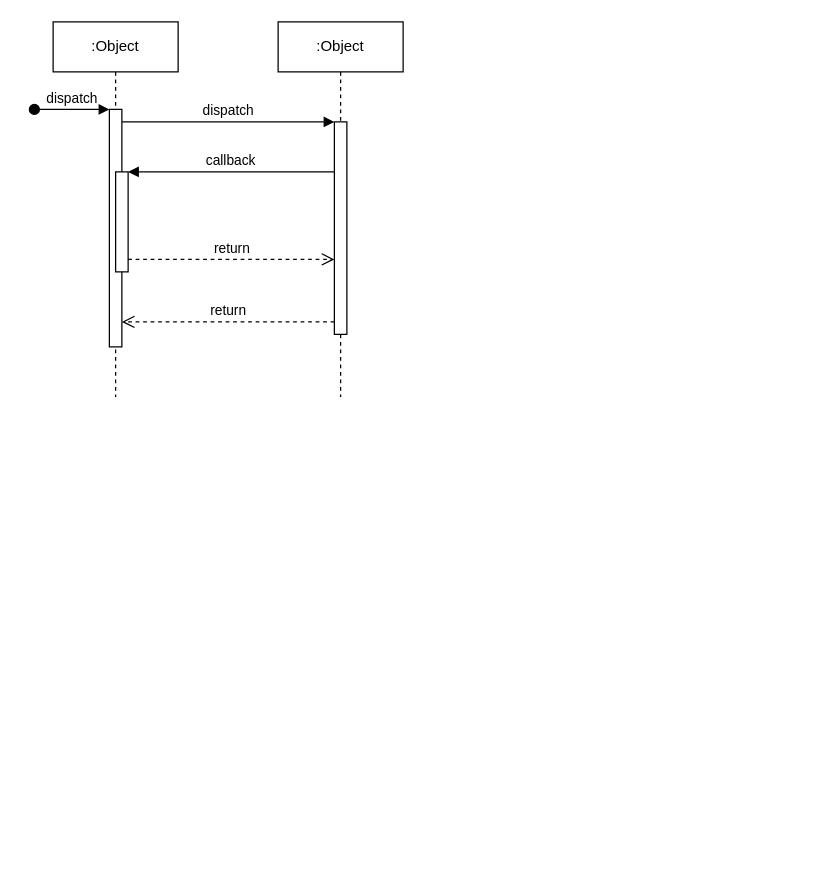
Earlier version of the draw.io diagram blog_async_task.drawio (crazyStrome/myPhote). Source tidied: cells renumbered, new cells numbered last; positions are measured from the earlier drawing's top-left corner, leaving out a move shared by most shapes. Both pictures are drawn from the tidied source at 125%, with x=0, y=0 at pixel (34, 21).
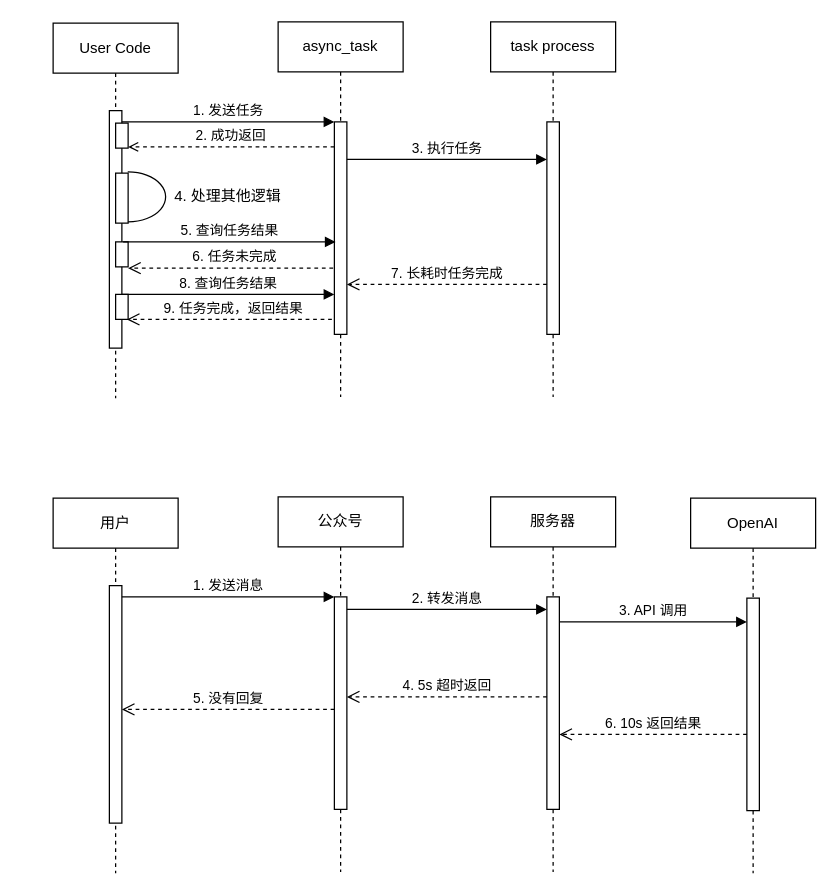
After the change.

The change refers to these unchanged cells:
```xml
<mxCell id="3" style="html=1;points=[];perimeter=orthogonalPerimeter;outlineConnect=0;targetShapes=umlLifeline;portConstraint=eastwest;newEdgeStyle={&quot;edgeStyle&quot;:&quot;elbowEdgeStyle&quot;,&quot;elbow&quot;:&quot;vertical&quot;,&quot;curved&quot;:0,&quot;rounded&quot;:0};" parent="2" vertex="1">
  <mxGeometry x="45" y="70" width="10" height="190" as="geometry" />
</mxCell>
<mxCell id="7" style="html=1;points=[];perimeter=orthogonalPerimeter;outlineConnect=0;targetShapes=umlLifeline;portConstraint=eastwest;newEdgeStyle={&quot;edgeStyle&quot;:&quot;elbowEdgeStyle&quot;,&quot;elbow&quot;:&quot;vertical&quot;,&quot;curved&quot;:0,&quot;rounded&quot;:0};" parent="6" vertex="1">
  <mxGeometry x="45" y="80" width="10" height="170" as="geometry" />
</mxCell>
```

What changed in the source:
```diff
@@
+    <mxCell id="12" value="9. 任务完成，返回结果" style="html=1;verticalAlign=bottom;endArrow=open;dashed=1;endSize=8;edgeStyle=elbowEdgeStyle;elbow=vertical;curved=0;rounded=0;" parent="1" edge="1">
+      <mxGeometry relative="1" as="geometry">
+        <mxPoint x="244" y="238" as="sourcePoint" />
+        <mxPoint x="74" y="238" as="targetPoint" />
+        <Array as="points">
+          <mxPoint x="169" y="238" />
+        </Array>
+      </mxGeometry>
+    </mxCell>
+    <mxCell id="13" value="6. 任务未完成" style="html=1;verticalAlign=bottom;endArrow=open;dashed=1;endSize=8;edgeStyle=elbowEdgeStyle;elbow=vertical;curved=0;rounded=0;" parent="1" edge="1">
+      <mxGeometry relative="1" as="geometry">
+        <mxPoint x="245" y="197" as="sourcePoint" />
+        <mxPoint x="75" y="197" as="targetPoint" />
+        <Array as="points">
+          <mxPoint x="170" y="197" />
+        </Array>
+      </mxGeometry>
+    </mxCell>
-    <mxCell id="2" value=":Object" style="shape=umlLifeline;perimeter=lifelinePerimeter;whiteSpace=wrap;html=1;newEdgeStyle={&quot;edgeStyle&quot;:&quot;elbowEdgeStyle&quot;,&quot;elbow&quot;:&quot;vertical&quot;,&quot;curved&quot;:0,&quot;rounded&quot;:0};" parent="1" vertex="1">
-      <mxGeometry x="15" width="100" height="300" as="geometry" />
+    <mxCell id="2" value="User Code" style="shape=umlLifeline;perimeter=lifelinePerimeter;whiteSpace=wrap;html=1;newEdgeStyle={&quot;edgeStyle&quot;:&quot;elbowEdgeStyle&quot;,&quot;elbow&quot;:&quot;vertical&quot;,&quot;curved&quot;:0,&quot;rounded&quot;:0};" parent="1" vertex="1">
+      <mxGeometry x="15" y="1" width="100" height="300" as="geometry" />
     </mxCell>
@@
-    <mxCell id="4" value="dispatch" style="html=1;verticalAlign=bottom;startArrow=oval;endArrow=block;startSize=8;edgeStyle=elbowEdgeStyle;elbow=vertical;curved=0;rounded=0;" parent="2" edge="1" target="3">
-      <mxGeometry relative="1" as="geometry">
-        <mxPoint x="-15" y="70" as="sourcePoint" />
-      </mxGeometry>
-    </mxCell>
     <mxCell id="5" style="html=1;points=[];perimeter=orthogonalPerimeter;outlineConnect=0;targetShapes=umlLifeline;portConstraint=eastwest;newEdgeStyle={&quot;edgeStyle&quot;:&quot;elbowEdgeStyle&quot;,&quot;elbow&quot;:&quot;vertical&quot;,&quot;curved&quot;:0,&quot;rounded&quot;:0};" parent="2" vertex="1">
-      <mxGeometry x="50" y="120" width="10" height="80" as="geometry" />
+      <mxGeometry x="50" y="80" width="10" height="20" as="geometry" />
     </mxCell>
+    <mxCell id="14" style="html=1;perimeter=orthogonalPerimeter;targetShapes=umlLifeline;newEdgeStyle={&quot;edgeStyle&quot;:&quot;elbowEdgeStyle&quot;,&quot;elbow&quot;:&quot;vertical&quot;,&quot;curved&quot;:0,&quot;rounded&quot;:0};" parent="2" vertex="1">
+      <mxGeometry x="50" y="120" width="10" height="40" as="geometry" />
+    </mxCell>
+    <mxCell id="15" style="html=1;perimeter=orthogonalPerimeter;targetShapes=umlLifeline;newEdgeStyle={&quot;edgeStyle&quot;:&quot;elbowEdgeStyle&quot;,&quot;elbow&quot;:&quot;vertical&quot;,&quot;curved&quot;:0,&quot;rounded&quot;:0};" parent="2" vertex="1">
+      <mxGeometry x="50" y="175" width="10" height="20" as="geometry" />
+    </mxCell>
+    <mxCell id="16" style="html=1;perimeter=orthogonalPerimeter;targetShapes=umlLifeline;newEdgeStyle={&quot;edgeStyle&quot;:&quot;elbowEdgeStyle&quot;,&quot;elbow&quot;:&quot;vertical&quot;,&quot;curved&quot;:0,&quot;rounded&quot;:0};" parent="2" vertex="1">
+      <mxGeometry x="50" y="217" width="10" height="20" as="geometry" />
+    </mxCell>
-    <mxCell id="6" value=":Object" style="shape=umlLifeline;perimeter=lifelinePerimeter;whiteSpace=wrap;html=1;newEdgeStyle={&quot;edgeStyle&quot;:&quot;elbowEdgeStyle&quot;,&quot;elbow&quot;:&quot;vertical&quot;,&quot;curved&quot;:0,&quot;rounded&quot;:0};" parent="1" vertex="1">
+    <mxCell id="6" value="async_task" style="shape=umlLifeline;perimeter=lifelinePerimeter;whiteSpace=wrap;html=1;newEdgeStyle={&quot;edgeStyle&quot;:&quot;elbowEdgeStyle&quot;,&quot;elbow&quot;:&quot;vertical&quot;,&quot;curved&quot;:0,&quot;rounded&quot;:0};" parent="1" vertex="1">
       <mxGeometry x="195" width="100" height="300" as="geometry" />
     </mxCell>
@@
-    <mxCell id="8" value="dispatch" style="html=1;verticalAlign=bottom;endArrow=block;edgeStyle=elbowEdgeStyle;elbow=vertical;curved=0;rounded=0;" parent="1" edge="1" source="3" target="7">
+    <mxCell id="8" value="1. 发送任务" style="html=1;verticalAlign=bottom;endArrow=block;edgeStyle=elbowEdgeStyle;elbow=vertical;curved=0;rounded=0;" parent="1" edge="1" source="3" target="7">
       <mxGeometry relative="1" as="geometry">
         <Array as="points">
           <mxPoint x="155" y="80" />
         </Array>
       </mxGeometry>
     </mxCell>
-    <mxCell id="9" value="return" style="html=1;verticalAlign=bottom;endArrow=open;dashed=1;endSize=8;edgeStyle=elbowEdgeStyle;elbow=vertical;curved=0;rounded=0;" parent="1" edge="1" source="7" target="3">
-      <mxGeometry relative="1" as="geometry">
-        <Array as="points">
-          <mxPoint x="165" y="240" />
-        </Array>
-      </mxGeometry>
-    </mxCell>
-    <mxCell id="10" value="callback" style="html=1;verticalAlign=bottom;endArrow=block;edgeStyle=elbowEdgeStyle;elbow=vertical;curved=0;rounded=0;" parent="1" edge="1" source="7" target="5">
+    <mxCell id="10" value="2. 成功返回" style="html=1;verticalAlign=bottom;endArrow=open;edgeStyle=elbowEdgeStyle;elbow=vertical;curved=0;rounded=0;dashed=1;endFill=0;" parent="1" edge="1" target="5">
       <mxGeometry relative="1" as="geometry">
+        <mxPoint x="240" y="100" as="sourcePoint" />
         <Array as="points">
-          <mxPoint x="165" y="120" />
+          <mxPoint x="165" y="100" />
         </Array>
       </mxGeometry>
     </mxCell>
-    <mxCell id="11" value="return" style="html=1;verticalAlign=bottom;endArrow=open;dashed=1;endSize=8;edgeStyle=elbowEdgeStyle;elbow=vertical;curved=0;rounded=0;" parent="1" edge="1" source="5" target="7">
-      <mxGeometry relative="1" as="geometry">
-        <Array as="points">
-          <mxPoint x="155" y="190" />
-        </Array>
-      </mxGeometry>
-    </mxCell>
+    <mxCell id="17" value="task process" style="shape=umlLifeline;perimeter=lifelinePerimeter;whiteSpace=wrap;html=1;newEdgeStyle={&quot;edgeStyle&quot;:&quot;elbowEdgeStyle&quot;,&quot;elbow&quot;:&quot;vertical&quot;,&quot;curved&quot;:0,&quot;rounded&quot;:0};" parent="1" vertex="1">
+      <mxGeometry x="365" width="100" height="300" as="geometry" />
+    </mxCell>
+    <mxCell id="18" style="html=1;points=[];perimeter=orthogonalPerimeter;outlineConnect=0;targetShapes=umlLifeline;portConstraint=eastwest;newEdgeStyle={&quot;edgeStyle&quot;:&quot;elbowEdgeStyle&quot;,&quot;elbow&quot;:&quot;vertical&quot;,&quot;curved&quot;:0,&quot;rounded&quot;:0};" parent="17" vertex="1">
+      <mxGeometry x="45" y="80" width="10" height="170" as="geometry" />
+    </mxCell>
+    <mxCell id="19" style="verticalLabelPosition=bottom;verticalAlign=top;html=1;shape=mxgraph.basic.arc;startAngle=0.4984085036175459;endAngle=0;rotation=-180;" parent="1" vertex="1">
+      <mxGeometry x="45" y="120" width="60" height="40" as="geometry" />
+    </mxCell>
+    <mxCell id="20" value="4. 处理其他逻辑" style="text;html=1;strokeColor=none;fillColor=none;align=center;verticalAlign=middle;whiteSpace=wrap;rounded=0;" parent="1" vertex="1">
+      <mxGeometry x="105" y="125" width="100" height="30" as="geometry" />
+    </mxCell>
+    <mxCell id="21" value="5. 查询任务结果" style="html=1;verticalAlign=bottom;endArrow=block;edgeStyle=elbowEdgeStyle;elbow=vertical;curved=0;rounded=0;" parent="1" edge="1">
+      <mxGeometry relative="1" as="geometry">
+        <mxPoint x="71" y="176" as="sourcePoint" />
+        <mxPoint x="241" y="176" as="targetPoint" />
+        <Array as="points">
+          <mxPoint x="156" y="176" />
+        </Array>
+      </mxGeometry>
+    </mxCell>
+    <mxCell id="22" value="8. 查询任务结果" style="html=1;verticalAlign=bottom;endArrow=block;edgeStyle=elbowEdgeStyle;elbow=vertical;curved=0;rounded=0;" parent="1" edge="1">
+      <mxGeometry relative="1" as="geometry">
+        <mxPoint x="70" y="218" as="sourcePoint" />
+        <mxPoint x="240" y="218" as="targetPoint" />
+        <Array as="points">
+          <mxPoint x="155" y="218" />
+        </Array>
+      </mxGeometry>
+    </mxCell>
+    <mxCell id="23" value="3. 执行任务" style="html=1;verticalAlign=bottom;endArrow=block;edgeStyle=elbowEdgeStyle;elbow=vertical;curved=0;rounded=0;" parent="1" edge="1" source="7" target="18">
+      <mxGeometry relative="1" as="geometry">
+        <Array as="points">
+          <mxPoint x="330" y="110" />
+        </Array>
+      </mxGeometry>
+    </mxCell>
+    <mxCell id="24" value="7. 长耗时任务完成" style="html=1;verticalAlign=bottom;endArrow=open;dashed=1;endSize=8;edgeStyle=elbowEdgeStyle;elbow=vertical;curved=0;rounded=0;" parent="1" edge="1" source="18" target="7">
+      <mxGeometry relative="1" as="geometry">
+        <Array as="points">
+          <mxPoint x="350" y="210" />
+        </Array>
+      </mxGeometry>
+    </mxCell>
+    <mxCell id="25" value="5. 没有回复" style="html=1;verticalAlign=bottom;endArrow=open;dashed=1;endSize=8;edgeStyle=elbowEdgeStyle;elbow=vertical;curved=0;rounded=0;" parent="1" edge="1">
+      <mxGeometry relative="1" as="geometry">
+        <mxPoint x="240" y="550" as="sourcePoint" />
+        <mxPoint x="70" y="550" as="targetPoint" />
+        <Array as="points">
+          <mxPoint x="165" y="550" />
+        </Array>
+      </mxGeometry>
+    </mxCell>
+    <mxCell id="26" value="用户" style="shape=umlLifeline;perimeter=lifelinePerimeter;whiteSpace=wrap;html=1;newEdgeStyle={&quot;edgeStyle&quot;:&quot;elbowEdgeStyle&quot;,&quot;elbow&quot;:&quot;vertical&quot;,&quot;curved&quot;:0,&quot;rounded&quot;:0};" parent="1" vertex="1">
+      <mxGeometry x="15" y="381" width="100" height="300" as="geometry" />
+    </mxCell>
+    <mxCell id="27" style="html=1;points=[];perimeter=orthogonalPerimeter;outlineConnect=0;targetShapes=umlLifeline;portConstraint=eastwest;newEdgeStyle={&quot;edgeStyle&quot;:&quot;elbowEdgeStyle&quot;,&quot;elbow&quot;:&quot;vertical&quot;,&quot;curved&quot;:0,&quot;rounded&quot;:0};" parent="26" vertex="1">
+      <mxGeometry x="45" y="70" width="10" height="190" as="geometry" />
+    </mxCell>
+    <mxCell id="28" value="公众号" style="shape=umlLifeline;perimeter=lifelinePerimeter;whiteSpace=wrap;html=1;newEdgeStyle={&quot;edgeStyle&quot;:&quot;elbowEdgeStyle&quot;,&quot;elbow&quot;:&quot;vertical&quot;,&quot;curved&quot;:0,&quot;rounded&quot;:0};" parent="1" vertex="1">
+      <mxGeometry x="195" y="380" width="100" height="300" as="geometry" />
+    </mxCell>
+    <mxCell id="29" style="html=1;points=[];perimeter=orthogonalPerimeter;outlineConnect=0;targetShapes=umlLifeline;portConstraint=eastwest;newEdgeStyle={&quot;edgeStyle&quot;:&quot;elbowEdgeStyle&quot;,&quot;elbow&quot;:&quot;vertical&quot;,&quot;curved&quot;:0,&quot;rounded&quot;:0};" parent="28" vertex="1">
+      <mxGeometry x="45" y="80" width="10" height="170" as="geometry" />
+    </mxCell>
+    <mxCell id="30" value="1. 发送消息" style="html=1;verticalAlign=bottom;endArrow=block;edgeStyle=elbowEdgeStyle;elbow=vertical;curved=0;rounded=0;" parent="1" edge="1" source="27" target="29">
+      <mxGeometry relative="1" as="geometry">
+        <Array as="points">
+          <mxPoint x="155" y="460" />
+        </Array>
+      </mxGeometry>
+    </mxCell>
+    <mxCell id="31" value="服务器" style="shape=umlLifeline;perimeter=lifelinePerimeter;whiteSpace=wrap;html=1;newEdgeStyle={&quot;edgeStyle&quot;:&quot;elbowEdgeStyle&quot;,&quot;elbow&quot;:&quot;vertical&quot;,&quot;curved&quot;:0,&quot;rounded&quot;:0};" parent="1" vertex="1">
+      <mxGeometry x="365" y="380" width="100" height="300" as="geometry" />
+    </mxCell>
+    <mxCell id="32" style="html=1;points=[];perimeter=orthogonalPerimeter;outlineConnect=0;targetShapes=umlLifeline;portConstraint=eastwest;newEdgeStyle={&quot;edgeStyle&quot;:&quot;elbowEdgeStyle&quot;,&quot;elbow&quot;:&quot;vertical&quot;,&quot;curved&quot;:0,&quot;rounded&quot;:0};" parent="31" vertex="1">
+      <mxGeometry x="45" y="80" width="10" height="170" as="geometry" />
+    </mxCell>
+    <mxCell id="33" value="2. 转发消息" style="html=1;verticalAlign=bottom;endArrow=block;edgeStyle=elbowEdgeStyle;elbow=vertical;curved=0;rounded=0;" parent="1" edge="1">
+      <mxGeometry relative="1" as="geometry">
+        <mxPoint x="250" y="470" as="sourcePoint" />
+        <mxPoint x="410" y="470" as="targetPoint" />
+        <Array as="points">
+          <mxPoint x="330" y="470" />
+        </Array>
+      </mxGeometry>
+    </mxCell>
+    <mxCell id="34" value="OpenAI" style="shape=umlLifeline;perimeter=lifelinePerimeter;whiteSpace=wrap;html=1;newEdgeStyle={&quot;edgeStyle&quot;:&quot;elbowEdgeStyle&quot;,&quot;elbow&quot;:&quot;vertical&quot;,&quot;curved&quot;:0,&quot;rounded&quot;:0};" parent="1" vertex="1">
+      <mxGeometry x="525" y="381" width="100" height="300" as="geometry" />
+    </mxCell>
+    <mxCell id="35" style="html=1;points=[];perimeter=orthogonalPerimeter;outlineConnect=0;targetShapes=umlLifeline;portConstraint=eastwest;newEdgeStyle={&quot;edgeStyle&quot;:&quot;elbowEdgeStyle&quot;,&quot;elbow&quot;:&quot;vertical&quot;,&quot;curved&quot;:0,&quot;rounded&quot;:0};" parent="34" vertex="1">
+      <mxGeometry x="45" y="80" width="10" height="170" as="geometry" />
+    </mxCell>
+    <mxCell id="36" value="3. API 调用" style="html=1;verticalAlign=bottom;endArrow=block;edgeStyle=elbowEdgeStyle;elbow=vertical;curved=0;rounded=0;" parent="1" edge="1" source="32" target="35">
+      <mxGeometry relative="1" as="geometry">
+        <Array as="points">
+          <mxPoint x="505" y="480" />
+        </Array>
+      </mxGeometry>
+    </mxCell>
+    <mxCell id="37" value="4. 5s 超时返回" style="html=1;verticalAlign=bottom;endArrow=open;dashed=1;endSize=8;edgeStyle=elbowEdgeStyle;elbow=vertical;curved=0;rounded=0;" parent="1" edge="1" source="32" target="29">
+      <mxGeometry relative="1" as="geometry">
+        <Array as="points">
+          <mxPoint x="340" y="540" />
+        </Array>
+      </mxGeometry>
+    </mxCell>
+    <mxCell id="38" value="6. 10s 返回结果" style="html=1;verticalAlign=bottom;endArrow=open;dashed=1;endSize=8;edgeStyle=elbowEdgeStyle;elbow=vertical;curved=0;rounded=0;" parent="1" edge="1" source="35" target="32">
+      <mxGeometry relative="1" as="geometry">
+        <Array as="points">
+          <mxPoint x="515" y="570" />
+        </Array>
+      </mxGeometry>
+    </mxCell>
```
